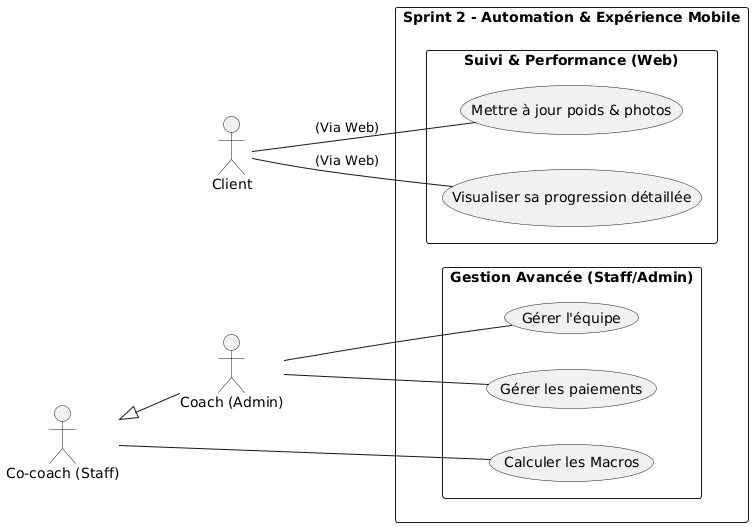
The PlantUML diagram Presentation/images/sprint2-usecase.png in BenTaleb-Mehdi/Project-PFE, before a commit.
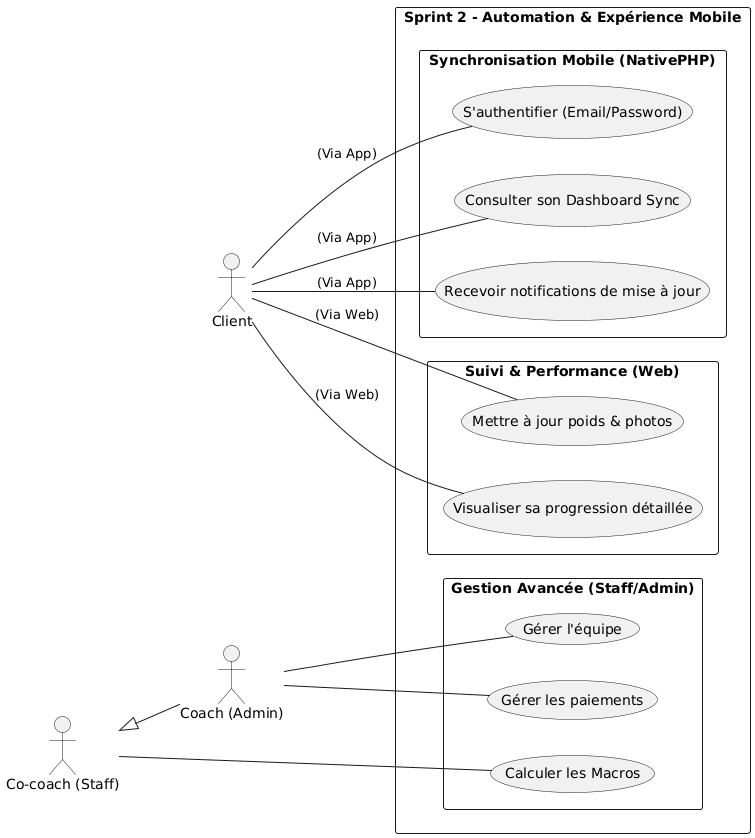
Above is the later version.

The edit, as a diff of the source:
```diff
@@ -11,7 +11,11 @@
 
 rectangle "Sprint 2 - Automation & Expérience Mobile" {
 
-
+  package "Synchronisation Mobile (NativePHP)" {
+    usecase "S'authentifier (Email/Password)" as MobileLogin
+    usecase "Consulter son Dashboard Sync" as MobileDashboard
+    usecase "Recevoir notifications de mise à jour" as MobileNotify
+  }
 
   package "Suivi & Performance (Web)" {
     usecase "Mettre à jour poids & photos" as UpdateStats
@@ -25,6 +29,10 @@
   }
 }
 
+Client -- MobileLogin : "(Via App)"
+Client -- MobileDashboard : "(Via App)"
+Client -- MobileNotify : "(Via App)"
+
 Client -- UpdateStats : "(Via Web)"
 Client -- ViewProgress : "(Via Web)"
 
```
